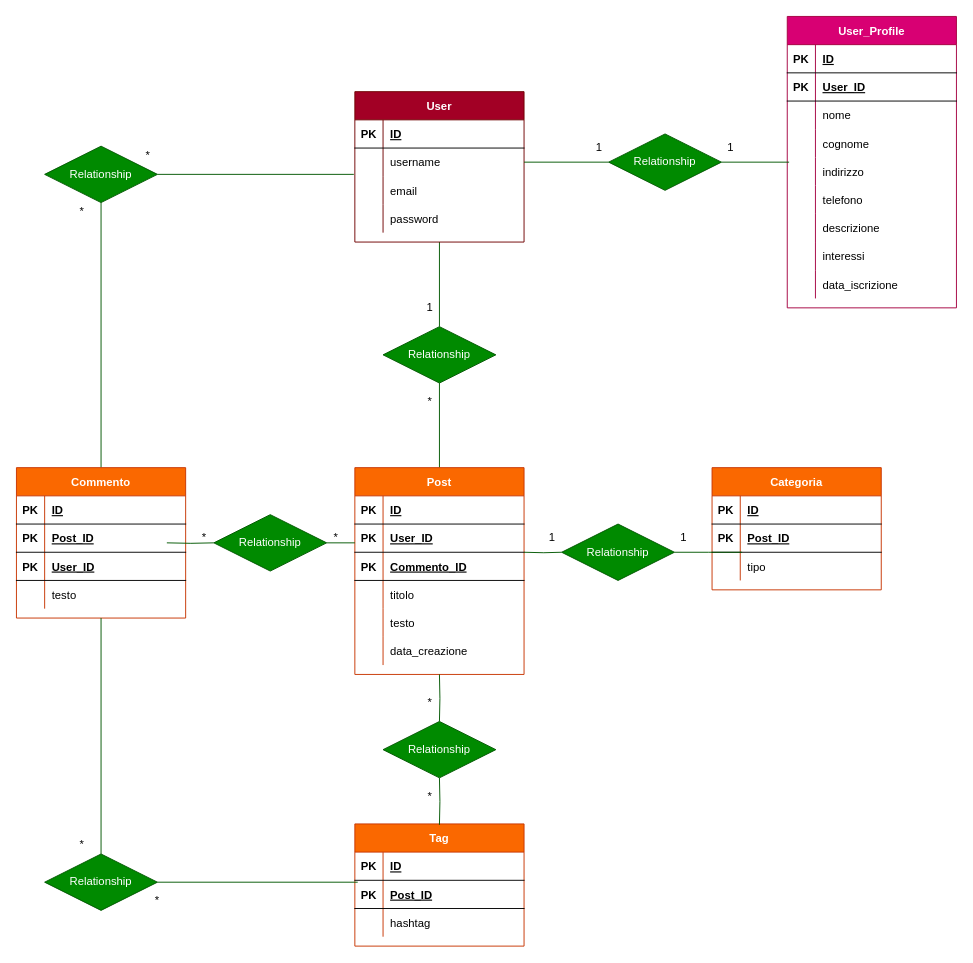
This is diagram.drawio from roccorefice/php-oop-2, a draw.io file, before an edit. Source tidied: cells renumbered, new cells numbered last; positions are measured from the earlier drawing's top-left corner, leaving out a move shared by most shapes. Both pictures are drawn from the tidied source at 94%, with x=0, y=0 at pixel (16, 16).
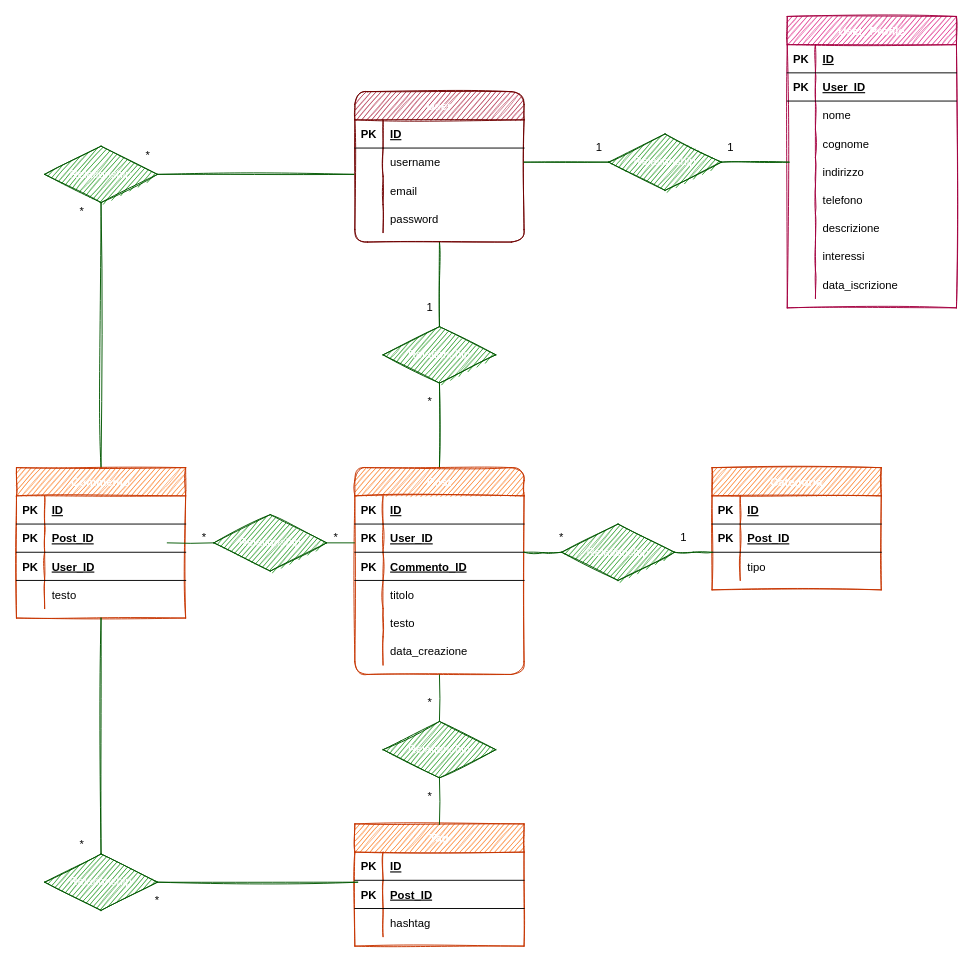
The same page after the edit.

Commit message (it also covers changes not shown here):
aggiunte classi .php tag, commenti, post e categoria

The change refers to these unchanged cells:
```xml
<mxCell id="7" style="shape=partialRectangle;fillColor=none;top=0;left=0;bottom=0;right=0;points=[[0,0.5],[1,0.5]];portConstraint=eastwest;" parent="3" vertex="1">
  <mxGeometry y="60" width="180" height="30" as="geometry" />
</mxCell>
<mxCell id="10" style="shape=partialRectangle;fillColor=none;top=0;left=0;bottom=0;right=0;points=[[0,0.5],[1,0.5]];portConstraint=eastwest;" parent="3" vertex="1">
  <mxGeometry y="90" width="180" height="30" as="geometry" />
</mxCell>
<mxCell id="29" style="shape=partialRectangle;fillColor=none;top=0;left=0;bottom=0;right=0;points=[[0,0.5],[1,0.5]];portConstraint=eastwest;" parent="16" vertex="1">
  <mxGeometry y="150" width="180" height="30" as="geometry" />
</mxCell>
<mxCell id="66" style="shape=partialRectangle;fillColor=none;top=0;left=0;bottom=0;right=0;" parent="50" vertex="1">
  <mxGeometry y="180" width="180" height="30" as="geometry" />
</mxCell>
<mxCell id="97" style="shape=partialRectangle;fillColor=none;top=0;left=0;bottom=1;right=0;points=[[0,0.5],[1,0.5]];portConstraint=eastwest;" parent="93" vertex="1">
  <mxGeometry y="60" width="180" height="30" as="geometry" />
</mxCell>
```

What changed in the source:
```diff
@@
-    <mxCell id="2" style="edgeStyle=orthogonalEdgeStyle;rounded=0;jettySize=auto;html=1;exitX=0.5;exitY=1;exitDx=0;exitDy=0;entryX=0.5;entryY=0;entryDx=0;entryDy=0;endArrow=none;endFill=0;fillColor=#008a00;strokeColor=#005700;" parent="1" edge="1" source="3" target="69">
+    <mxCell id="2" style="edgeStyle=orthogonalEdgeStyle;rounded=0;jettySize=auto;html=1;exitX=0.5;exitY=1;exitDx=0;exitDy=0;entryX=0.5;entryY=0;entryDx=0;entryDy=0;endArrow=none;endFill=0;fillColor=#008a00;strokeColor=#005700;sketch=1;" parent="1" edge="1" source="3" target="69">
       <mxGeometry relative="1" as="geometry" />
     </mxCell>
-    <mxCell id="3" value="User" style="shape=table;startSize=30;childLayout=tableLayout;rowLines=0;fontStyle=1;align=center;fillColor=#a20025;strokeColor=#6F0000;fontColor=#ffffff;" parent="1" vertex="1">
+    <mxCell id="3" value="User" style="shape=table;startSize=30;childLayout=tableLayout;rowLines=0;fontStyle=1;align=center;fillColor=#a20025;strokeColor=#6F0000;fontColor=#ffffff;sketch=1;rounded=1;" parent="1" vertex="1">
       <mxGeometry x="360" y="80" width="180" height="160" as="geometry" />
     </mxCell>
@@
-    <mxCell id="16" value="User_Profile" style="shape=table;startSize=30;childLayout=tableLayout;rowLines=0;fontStyle=1;align=center;fillColor=#d80073;strokeColor=#A50040;fontColor=#ffffff;" parent="1" vertex="1">
+    <mxCell id="16" value="User_Profile" style="shape=table;startSize=30;childLayout=tableLayout;rowLines=0;fontStyle=1;align=center;fillColor=#d80073;strokeColor=#A50040;fontColor=#ffffff;sketch=1;" parent="1" vertex="1">
       <mxGeometry x="820" width="180" height="310" as="geometry" />
     </mxCell>
@@
-    <mxCell id="44" style="edgeStyle=orthogonalEdgeStyle;rounded=0;jettySize=auto;html=1;exitX=1;exitY=0.5;exitDx=0;exitDy=0;entryX=0.011;entryY=0.167;entryDx=0;entryDy=0;entryPerimeter=0;endArrow=none;endFill=0;fillColor=#008a00;strokeColor=#005700;" parent="1" edge="1" source="45" target="29">
+    <mxCell id="44" style="edgeStyle=orthogonalEdgeStyle;rounded=0;jettySize=auto;html=1;exitX=1;exitY=0.5;exitDx=0;exitDy=0;entryX=0.011;entryY=0.167;entryDx=0;entryDy=0;entryPerimeter=0;endArrow=none;endFill=0;fillColor=#008a00;strokeColor=#005700;sketch=1;" parent="1" edge="1" source="45" target="29">
       <mxGeometry relative="1" as="geometry" />
     </mxCell>
-    <mxCell id="45" value="Relationship" style="shape=rhombus;perimeter=rhombusPerimeter;whiteSpace=wrap;html=1;align=center;fillColor=#008a00;strokeColor=#005700;fontColor=#ffffff;" parent="1" vertex="1">
+    <mxCell id="45" value="Relationship" style="shape=rhombus;perimeter=rhombusPerimeter;whiteSpace=wrap;html=1;align=center;fillColor=#008a00;strokeColor=#005700;fontColor=#ffffff;sketch=1;" parent="1" vertex="1">
       <mxGeometry x="630" y="125" width="120" height="60" as="geometry" />
     </mxCell>
-    <mxCell id="46" style="edgeStyle=orthogonalEdgeStyle;rounded=0;jettySize=auto;html=1;exitX=1;exitY=0.5;exitDx=0;exitDy=0;entryX=0;entryY=0.5;entryDx=0;entryDy=0;endArrow=none;endFill=0;fillColor=#008a00;strokeColor=#005700;" parent="1" edge="1" source="7" target="45">
+    <mxCell id="46" style="edgeStyle=orthogonalEdgeStyle;rounded=0;jettySize=auto;html=1;exitX=1;exitY=0.5;exitDx=0;exitDy=0;entryX=0;entryY=0.5;entryDx=0;entryDy=0;endArrow=none;endFill=0;fillColor=#008a00;strokeColor=#005700;sketch=1;" parent="1" edge="1" source="7" target="45">
       <mxGeometry relative="1" as="geometry" />
     </mxCell>
@@
-    <mxCell id="49" style="edgeStyle=orthogonalEdgeStyle;rounded=0;jettySize=auto;html=1;exitX=0.5;exitY=0;exitDx=0;exitDy=0;entryX=0.5;entryY=1;entryDx=0;entryDy=0;endArrow=none;endFill=0;fillColor=#008a00;strokeColor=#005700;" parent="1" edge="1" source="50" target="69">
+    <mxCell id="49" style="edgeStyle=orthogonalEdgeStyle;rounded=0;jettySize=auto;html=1;exitX=0.5;exitY=0;exitDx=0;exitDy=0;entryX=0.5;entryY=1;entryDx=0;entryDy=0;endArrow=none;endFill=0;fillColor=#008a00;strokeColor=#005700;sketch=1;" parent="1" edge="1" source="50" target="69">
       <mxGeometry relative="1" as="geometry" />
     </mxCell>
-    <mxCell id="50" value="Post" style="shape=table;startSize=30;childLayout=tableLayout;rowLines=0;fontStyle=1;align=center;fillColor=#fa6800;strokeColor=#C73500;fontColor=#ffffff;" parent="1" vertex="1">
+    <mxCell id="50" value="Post" style="shape=table;startSize=30;childLayout=tableLayout;rowLines=0;fontStyle=1;align=center;fillColor=#fa6800;strokeColor=#C73500;fontColor=#ffffff;direction=east;sketch=1;rounded=1;" parent="1" vertex="1">
       <mxGeometry x="360" y="480" width="180" height="220" as="geometry" />
     </mxCell>
@@
-    <mxCell id="68" value="data_creazione" style="shape=partialRectangle;fillColor=none;top=0;left=0;bottom=0;right=0;align=left;spacingLeft=6;overflow=hidden;" parent="66" vertex="1">
+    <mxCell id="68" value="data_creazione" style="shape=partialRectangle;fillColor=none;top=0;left=0;bottom=0;right=0;align=left;spacingLeft=6;overflow=hidden;sketch=0;" parent="66" vertex="1">
       <mxGeometry x="30" width="150" height="30" as="geometry" />
     </mxCell>
-    <mxCell id="69" value="Relationship" style="shape=rhombus;perimeter=rhombusPerimeter;whiteSpace=wrap;html=1;align=center;fillColor=#008a00;strokeColor=#005700;fontColor=#ffffff;" parent="1" vertex="1">
+    <mxCell id="69" value="Relationship" style="shape=rhombus;perimeter=rhombusPerimeter;whiteSpace=wrap;html=1;align=center;fillColor=#008a00;strokeColor=#005700;fontColor=#ffffff;sketch=1;" parent="1" vertex="1">
       <mxGeometry x="390" y="330" width="120" height="60" as="geometry" />
     </mxCell>
@@
-    <mxCell id="72" style="edgeStyle=orthogonalEdgeStyle;rounded=0;jettySize=auto;html=1;exitX=0.5;exitY=0;exitDx=0;exitDy=0;entryX=0.5;entryY=1;entryDx=0;entryDy=0;endArrow=none;endFill=0;fillColor=#008a00;strokeColor=#005700;" parent="1" edge="1" source="73" target="92">
+    <mxCell id="72" style="edgeStyle=orthogonalEdgeStyle;rounded=0;jettySize=auto;html=1;exitX=0.5;exitY=0;exitDx=0;exitDy=0;entryX=0.5;entryY=1;entryDx=0;entryDy=0;endArrow=none;endFill=0;fillColor=#008a00;strokeColor=#005700;sketch=1;" parent="1" edge="1" source="73" target="92">
       <mxGeometry relative="1" as="geometry" />
     </mxCell>
-    <mxCell id="73" value="Commento" style="shape=table;startSize=30;childLayout=tableLayout;rowLines=0;fontStyle=1;align=center;fillColor=#fa6800;strokeColor=#C73500;fontColor=#ffffff;" parent="1" vertex="1">
+    <mxCell id="73" value="Commento" style="shape=table;startSize=30;childLayout=tableLayout;rowLines=0;fontStyle=1;align=center;fillColor=#fa6800;strokeColor=#C73500;fontColor=#ffffff;sketch=1;" parent="1" vertex="1">
       <mxGeometry y="480" width="180" height="160" as="geometry" />
     </mxCell>
@@
-    <mxCell id="87" value="Relationship" style="shape=rhombus;perimeter=rhombusPerimeter;whiteSpace=wrap;html=1;align=center;fillColor=#008a00;strokeColor=#005700;fontColor=#ffffff;" parent="1" vertex="1">
+    <mxCell id="87" value="Relationship" style="shape=rhombus;perimeter=rhombusPerimeter;whiteSpace=wrap;html=1;align=center;fillColor=#008a00;strokeColor=#005700;fontColor=#ffffff;sketch=1;" parent="1" vertex="1">
       <mxGeometry x="210" y="530" width="120" height="60" as="geometry" />
     </mxCell>
@@
-    <mxCell id="89" value="*" style="text;html=1;strokeColor=none;fillColor=none;align=center;verticalAlign=middle;whiteSpace=wrap;rounded=0;" parent="1" vertex="1">
+    <mxCell id="89" value="*" style="text;html=1;strokeColor=none;fillColor=none;align=center;verticalAlign=middle;whiteSpace=wrap;rounded=0;sketch=1;" parent="1" vertex="1">
       <mxGeometry x="180" y="545" width="40" height="20" as="geometry" />
     </mxCell>
-    <mxCell id="90" value="*" style="text;html=1;strokeColor=none;fillColor=none;align=center;verticalAlign=middle;whiteSpace=wrap;rounded=0;" parent="1" vertex="1">
+    <mxCell id="90" value="*" style="text;html=1;strokeColor=none;fillColor=none;align=center;verticalAlign=middle;whiteSpace=wrap;rounded=0;sketch=1;" parent="1" vertex="1">
       <mxGeometry x="320" y="545" width="40" height="20" as="geometry" />
     </mxCell>
-    <mxCell id="91" style="edgeStyle=orthogonalEdgeStyle;rounded=0;jettySize=auto;html=1;exitX=1;exitY=0.5;exitDx=0;exitDy=0;entryX=-0.006;entryY=-0.067;entryDx=0;entryDy=0;entryPerimeter=0;endArrow=none;endFill=0;fillColor=#008a00;strokeColor=#005700;" parent="1" edge="1" source="92" target="10">
+    <mxCell id="91" style="edgeStyle=orthogonalEdgeStyle;rounded=0;jettySize=auto;html=1;exitX=1;exitY=0.5;exitDx=0;exitDy=0;entryX=-0.006;entryY=-0.067;entryDx=0;entryDy=0;entryPerimeter=0;endArrow=none;endFill=0;fillColor=#008a00;strokeColor=#005700;sketch=1;" parent="1" edge="1" source="92" target="10">
       <mxGeometry relative="1" as="geometry" />
     </mxCell>
-    <mxCell id="92" value="Relationship" style="shape=rhombus;perimeter=rhombusPerimeter;whiteSpace=wrap;html=1;align=center;fillColor=#008a00;strokeColor=#005700;fontColor=#ffffff;" parent="1" vertex="1">
+    <mxCell id="92" value="Relationship" style="shape=rhombus;perimeter=rhombusPerimeter;whiteSpace=wrap;html=1;align=center;fillColor=#008a00;strokeColor=#005700;fontColor=#ffffff;sketch=1;" parent="1" vertex="1">
       <mxGeometry x="30" y="138" width="120" height="60" as="geometry" />
     </mxCell>
-    <mxCell id="93" value="Tag" style="shape=table;startSize=30;childLayout=tableLayout;rowLines=0;fontStyle=1;align=center;fillColor=#fa6800;strokeColor=#C73500;fontColor=#ffffff;" parent="1" vertex="1">
+    <mxCell id="93" value="Tag" style="shape=table;startSize=30;childLayout=tableLayout;rowLines=0;fontStyle=1;align=center;fillColor=#fa6800;strokeColor=#C73500;fontColor=#ffffff;sketch=1;" parent="1" vertex="1">
       <mxGeometry x="360" y="859" width="180" height="130" as="geometry" />
     </mxCell>
@@
-    <mxCell id="105" value="Relationship" style="shape=rhombus;perimeter=rhombusPerimeter;whiteSpace=wrap;html=1;align=center;fillColor=#008a00;strokeColor=#005700;fontColor=#ffffff;" parent="1" vertex="1">
+    <mxCell id="105" value="Relationship" style="shape=rhombus;perimeter=rhombusPerimeter;whiteSpace=wrap;html=1;align=center;fillColor=#008a00;strokeColor=#005700;fontColor=#ffffff;sketch=1;" parent="1" vertex="1">
       <mxGeometry x="390" y="750" width="120" height="60" as="geometry" />
     </mxCell>
-    <mxCell id="106" value="*" style="text;html=1;strokeColor=none;fillColor=none;align=center;verticalAlign=middle;whiteSpace=wrap;rounded=0;" parent="1" vertex="1">
+    <mxCell id="106" value="*" style="text;html=1;strokeColor=none;fillColor=none;align=center;verticalAlign=middle;whiteSpace=wrap;rounded=0;sketch=1;" parent="1" vertex="1">
       <mxGeometry x="420" y="720" width="40" height="20" as="geometry" />
     </mxCell>
-    <mxCell id="107" value="*" style="text;html=1;strokeColor=none;fillColor=none;align=center;verticalAlign=middle;whiteSpace=wrap;rounded=0;" parent="1" vertex="1">
+    <mxCell id="107" value="*" style="text;html=1;strokeColor=none;fillColor=none;align=center;verticalAlign=middle;whiteSpace=wrap;rounded=0;sketch=1;" parent="1" vertex="1">
       <mxGeometry x="420" y="820" width="40" height="20" as="geometry" />
     </mxCell>
-    <mxCell id="108" value="Categoria" style="shape=table;startSize=30;childLayout=tableLayout;rowLines=0;fontStyle=1;align=center;fillColor=#fa6800;strokeColor=#C73500;fontColor=#ffffff;" parent="1" vertex="1">
+    <mxCell id="108" value="Categoria" style="shape=table;startSize=30;childLayout=tableLayout;rowLines=0;fontStyle=1;align=center;fillColor=#fa6800;strokeColor=#C73500;fontColor=#ffffff;swimlaneFillColor=none;perimeterSpacing=0;strokeWidth=1;rounded=0;shadow=0;sketch=1;" parent="1" vertex="1">
       <mxGeometry x="740" y="480" width="180" height="130" as="geometry" />
     </mxCell>
@@
-    <mxCell id="118" style="edgeStyle=orthogonalEdgeStyle;rounded=0;jettySize=auto;html=1;exitX=1;exitY=0.5;exitDx=0;exitDy=0;entryX=0.011;entryY=0.167;entryDx=0;entryDy=0;entryPerimeter=0;endArrow=none;endFill=0;fillColor=#008a00;strokeColor=#005700;" parent="1" edge="1" source="119">
+    <mxCell id="118" style="edgeStyle=orthogonalEdgeStyle;rounded=0;jettySize=auto;html=1;exitX=1;exitY=0.5;exitDx=0;exitDy=0;endArrow=none;endFill=0;fillColor=#008a00;strokeColor=#005700;sketch=1;" parent="1" edge="1" source="119">
       <mxGeometry relative="1" as="geometry">
-        <mxPoint x="772" y="570" as="targetPoint" />
+        <mxPoint x="740" y="570" as="targetPoint" />
       </mxGeometry>
     </mxCell>
-    <mxCell id="119" value="Relationship" style="shape=rhombus;perimeter=rhombusPerimeter;whiteSpace=wrap;html=1;align=center;fillColor=#008a00;strokeColor=#005700;fontColor=#ffffff;" parent="1" vertex="1">
+    <mxCell id="119" value="Relationship" style="shape=rhombus;perimeter=rhombusPerimeter;whiteSpace=wrap;html=1;align=center;fillColor=#008a00;strokeColor=#005700;fontColor=#ffffff;sketch=1;" parent="1" vertex="1">
       <mxGeometry x="580" y="540" width="120" height="60" as="geometry" />
     </mxCell>
-    <mxCell id="120" style="edgeStyle=orthogonalEdgeStyle;rounded=0;jettySize=auto;html=1;exitX=1;exitY=0.5;exitDx=0;exitDy=0;entryX=0;entryY=0.5;entryDx=0;entryDy=0;endArrow=none;endFill=0;fillColor=#008a00;strokeColor=#005700;" parent="1" edge="1" target="119">
+    <mxCell id="120" style="edgeStyle=orthogonalEdgeStyle;rounded=0;jettySize=auto;html=1;exitX=1;exitY=0.5;exitDx=0;exitDy=0;entryX=0;entryY=0.5;entryDx=0;entryDy=0;endArrow=none;endFill=0;fillColor=#008a00;strokeColor=#005700;sketch=1;" parent="1" edge="1" target="119">
       <mxGeometry relative="1" as="geometry">
         <mxPoint x="540" y="570" as="sourcePoint" />
       </mxGeometry>
     </mxCell>
-    <mxCell id="121" value="1" style="text;html=1;strokeColor=none;fillColor=none;align=center;verticalAlign=middle;whiteSpace=wrap;rounded=0;" parent="1" vertex="1">
-      <mxGeometry x="550" y="545" width="40" height="20" as="geometry" />
-    </mxCell>
@@
-    <mxCell id="125" style="edgeStyle=orthogonalEdgeStyle;rounded=0;jettySize=auto;html=1;exitX=1;exitY=0.5;exitDx=0;exitDy=0;entryX=0.017;entryY=0.067;entryDx=0;entryDy=0;entryPerimeter=0;endArrow=none;endFill=0;fillColor=#008a00;strokeColor=#005700;" parent="1" edge="1" source="127" target="97">
+    <mxCell id="125" style="edgeStyle=orthogonalEdgeStyle;rounded=0;jettySize=auto;html=1;exitX=1;exitY=0.5;exitDx=0;exitDy=0;entryX=0.017;entryY=0.067;entryDx=0;entryDy=0;entryPerimeter=0;endArrow=none;endFill=0;fillColor=#008a00;strokeColor=#005700;sketch=1;" parent="1" edge="1" source="127" target="97">
       <mxGeometry relative="1" as="geometry" />
     </mxCell>
-    <mxCell id="126" style="edgeStyle=orthogonalEdgeStyle;rounded=0;jettySize=auto;html=1;exitX=0.5;exitY=0;exitDx=0;exitDy=0;entryX=0.5;entryY=1;entryDx=0;entryDy=0;endArrow=none;endFill=0;fillColor=#008a00;strokeColor=#005700;" parent="1" edge="1" source="127" target="73">
+    <mxCell id="126" style="edgeStyle=orthogonalEdgeStyle;rounded=0;jettySize=auto;html=1;exitX=0.5;exitY=0;exitDx=0;exitDy=0;entryX=0.5;entryY=1;entryDx=0;entryDy=0;endArrow=none;endFill=0;fillColor=#008a00;strokeColor=#005700;sketch=1;" parent="1" edge="1" source="127" target="73">
       <mxGeometry relative="1" as="geometry" />
     </mxCell>
-    <mxCell id="127" value="Relationship" style="shape=rhombus;perimeter=rhombusPerimeter;whiteSpace=wrap;html=1;align=center;fillColor=#008a00;strokeColor=#005700;fontColor=#ffffff;" parent="1" vertex="1">
+    <mxCell id="127" value="Relationship" style="shape=rhombus;perimeter=rhombusPerimeter;whiteSpace=wrap;html=1;align=center;fillColor=#008a00;strokeColor=#005700;fontColor=#ffffff;sketch=1;" parent="1" vertex="1">
       <mxGeometry x="30" y="891" width="120" height="60" as="geometry" />
     </mxCell>
@@
+    <mxCell id="130" value="*" style="text;html=1;strokeColor=none;fillColor=none;align=center;verticalAlign=middle;whiteSpace=wrap;rounded=0;sketch=1;" parent="1" vertex="1">
+      <mxGeometry x="560" y="545" width="40" height="20" as="geometry" />
+    </mxCell>
```
